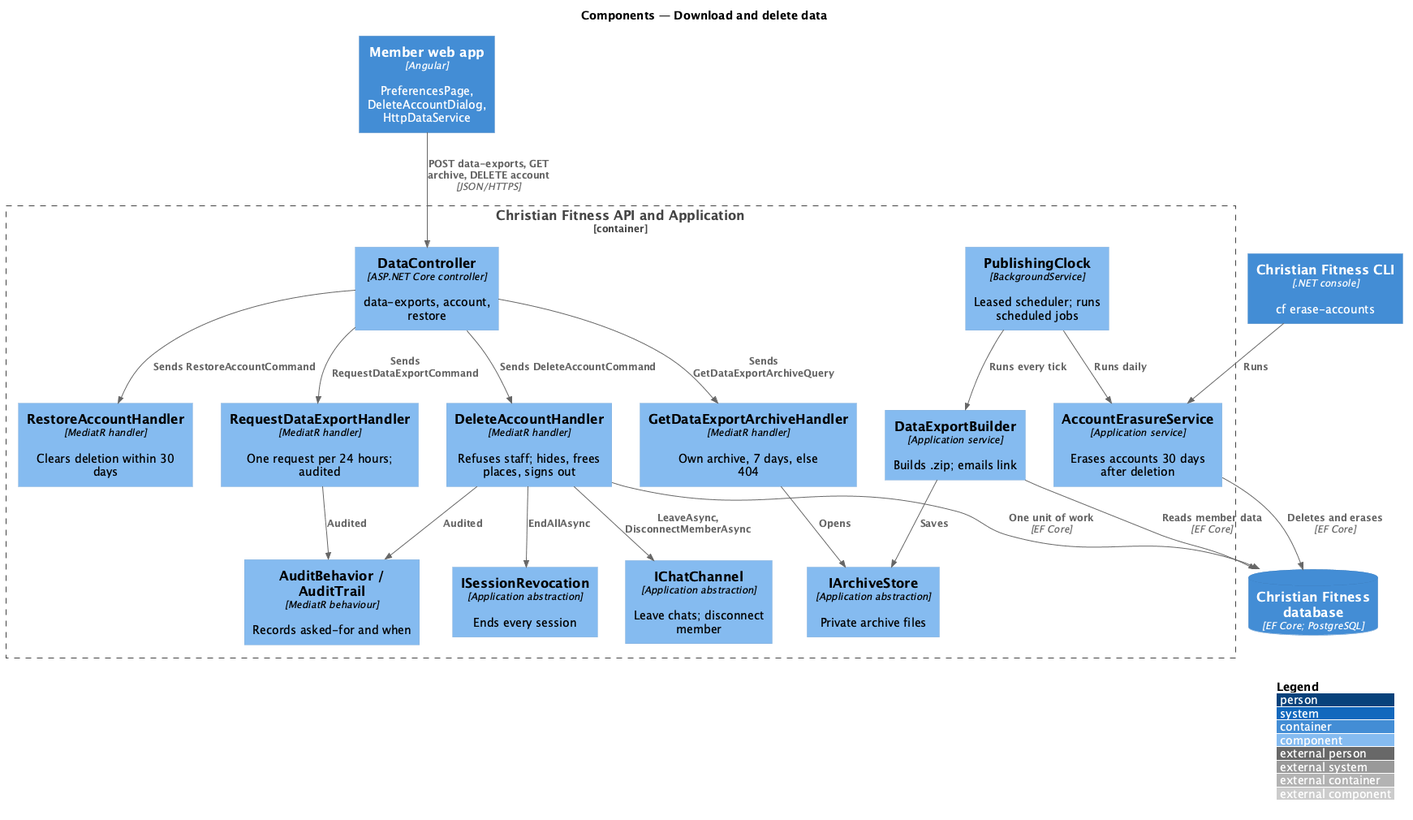
This is docs/detailed-designs/preferences/download-and-delete-data/diagrams/c4-component.png from QuinntyneBrown/christian-fitness, a PlantUML export, as it was before one commit.
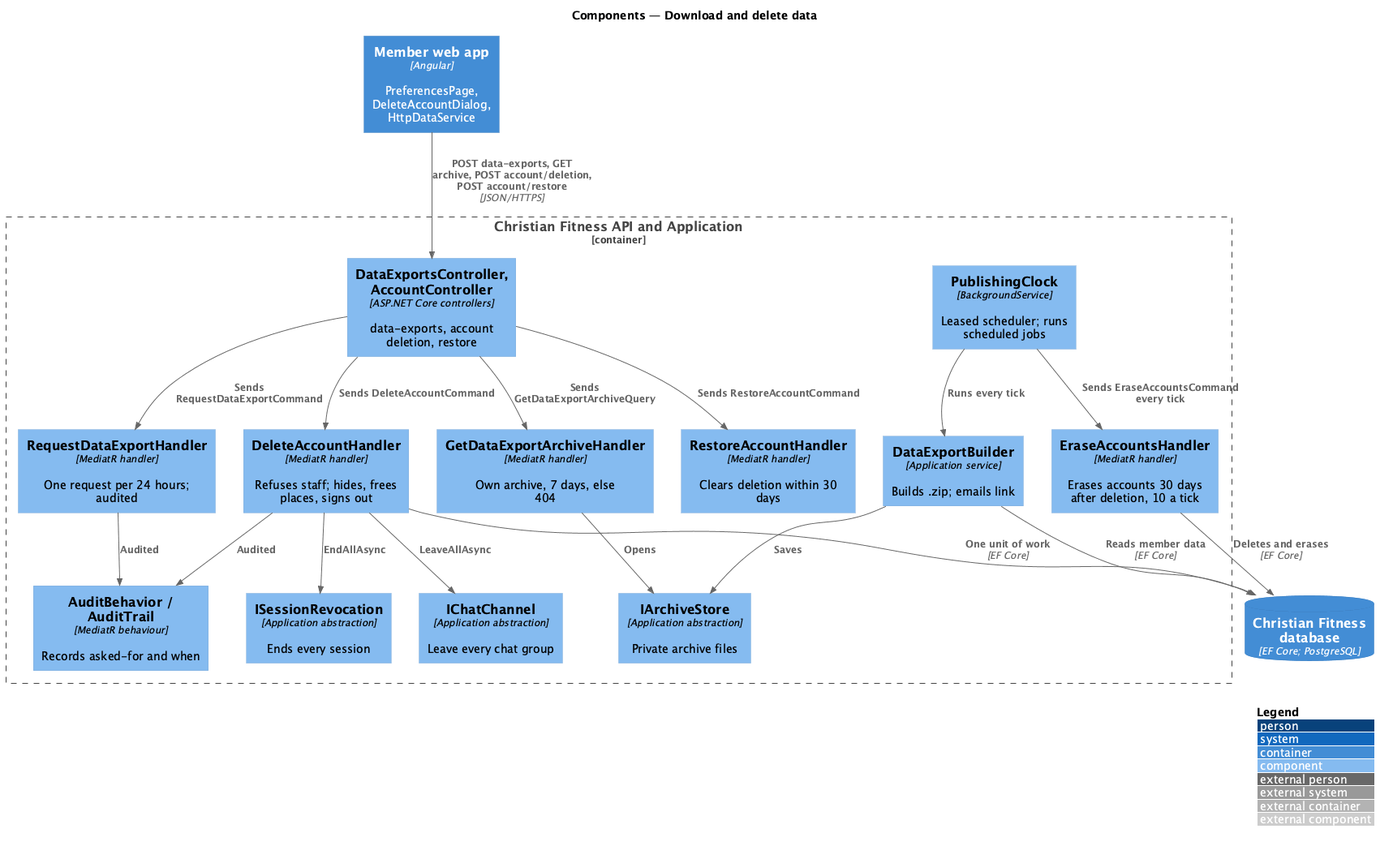
The same file after the commit.

What changed in the source:
```diff
@@ -4,23 +4,22 @@
 title Components — Download and delete data
 
 Container(web, "Member web app", "Angular", "PreferencesPage, DeleteAccountDialog, HttpDataService")
-Container(cli, "Christian Fitness CLI", ".NET console", "cf erase-accounts")
 Container_Boundary(api, "Christian Fitness API and Application") {
-  Component(ctrl, "DataController", "ASP.NET Core controller", "data-exports, account, restore")
+  Component(ctrl, "DataExportsController, AccountController", "ASP.NET Core controllers", "data-exports, account deletion, restore")
   Component(req, "RequestDataExportHandler", "MediatR handler", "One request per 24 hours; audited")
   Component(get, "GetDataExportArchiveHandler", "MediatR handler", "Own archive, 7 days, else 404")
   Component(del, "DeleteAccountHandler", "MediatR handler", "Refuses staff; hides, frees places, signs out")
   Component(restore, "RestoreAccountHandler", "MediatR handler", "Clears deletion within 30 days")
   Component(clock, "PublishingClock", "BackgroundService", "Leased scheduler; runs scheduled jobs")
   Component(builder, "DataExportBuilder", "Application service", "Builds .zip; emails link")
-  Component(erase, "AccountErasureService", "Application service", "Erases accounts 30 days after deletion")
+  Component(erase, "EraseAccountsHandler", "MediatR handler", "Erases accounts 30 days after deletion, 10 a tick")
   Component(audit, "AuditBehavior / AuditTrail", "MediatR behaviour", "Records asked-for and when")
   Component(rev, "ISessionRevocation", "Application abstraction", "Ends every session")
-  Component(chat, "IChatChannel", "Application abstraction", "Leave chats; disconnect member")
+  Component(chat, "IChatChannel", "Application abstraction", "Leave every chat group")
   Component(store, "IArchiveStore", "Application abstraction", "Private archive files")
 }
 ContainerDb(db, "Christian Fitness database", "EF Core; PostgreSQL", "")
-Rel(web, ctrl, "POST data-exports, GET archive, DELETE account", "JSON/HTTPS")
+Rel(web, ctrl, "POST data-exports, GET archive, POST account/deletion, POST account/restore", "JSON/HTTPS")
 Rel(ctrl, req, "Sends RequestDataExportCommand")
 Rel(ctrl, get, "Sends GetDataExportArchiveQuery")
 Rel(ctrl, del, "Sends DeleteAccountCommand")
@@ -28,11 +27,10 @@
 Rel(req, audit, "Audited")
 Rel(del, audit, "Audited")
 Rel(del, rev, "EndAllAsync")
-Rel(del, chat, "LeaveAsync, DisconnectMemberAsync")
+Rel(del, chat, "LeaveAllAsync")
 Rel(get, store, "Opens")
-Rel(cli, erase, "Runs")
 Rel(clock, builder, "Runs every tick")
-Rel(clock, erase, "Runs daily")
+Rel(clock, erase, "Sends EraseAccountsCommand every tick")
 Rel(builder, store, "Saves")
 Rel(builder, db, "Reads member data", "EF Core")
 Rel(erase, db, "Deletes and erases", "EF Core")
```
